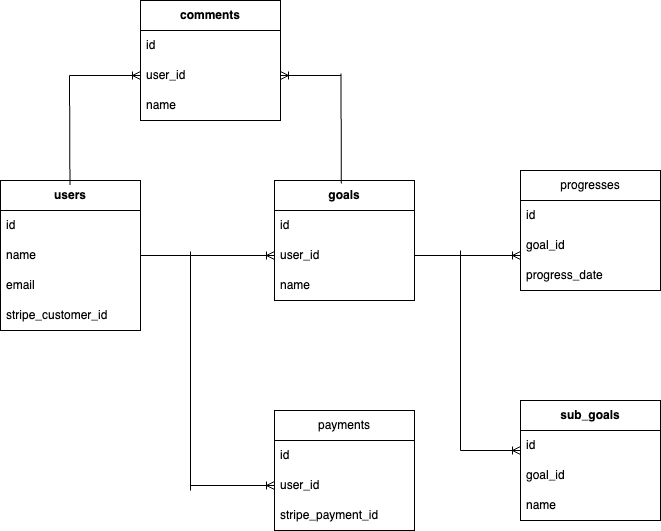
yoichi0615/nest-ddd keeps this draw.io diagram as er.draw.png. Above is the earlier version. Source tidied: cells renumbered, new cells last; positions are measured from the earlier drawing's top-left corner, leaving out a move shared by most shapes. Its diagram source:
```xml
<mxGraphModel>
  <root>
    <mxCell id="0" />
    <mxCell id="1" parent="0" />
    <mxCell id="2" value="users" style="swimlane;fontStyle=1;horizontal=1;startSize=30;whiteSpace=wrap;html=1;" parent="1" vertex="1">
      <mxGeometry y="180" width="140" height="150" as="geometry" />
    </mxCell>
    <mxCell id="3" value="id" style="text;strokeColor=none;fillColor=none;align=left;verticalAlign=middle;spacingLeft=4;spacingRight=4;overflow=hidden;whiteSpace=wrap;html=1;" parent="2" vertex="1">
      <mxGeometry y="30" width="140" height="30" as="geometry" />
    </mxCell>
    <mxCell id="4" value="name" style="text;strokeColor=none;fillColor=none;align=left;verticalAlign=middle;spacingLeft=4;spacingRight=4;overflow=hidden;points=[[0,0.5],[1,0.5]];portConstraint=eastwest;whiteSpace=wrap;html=1;" parent="2" vertex="1">
      <mxGeometry y="60" width="140" height="30" as="geometry" />
    </mxCell>
    <mxCell id="5" value="email" style="text;strokeColor=none;fillColor=none;align=left;verticalAlign=middle;spacingLeft=4;spacingRight=4;overflow=hidden;whiteSpace=wrap;html=1;" parent="2" vertex="1">
      <mxGeometry y="90" width="140" height="30" as="geometry" />
    </mxCell>
    <mxCell id="6" value="stripe_customer_id" style="text;strokeColor=none;fillColor=none;align=left;verticalAlign=middle;spacingLeft=4;spacingRight=4;overflow=hidden;whiteSpace=wrap;html=1;" parent="2" vertex="1">
      <mxGeometry y="120" width="140" height="30" as="geometry" />
    </mxCell>
    <mxCell id="7" value="goals" style="swimlane;fontStyle=1;horizontal=1;startSize=30;whiteSpace=wrap;html=1;" parent="1" vertex="1">
      <mxGeometry x="274" y="180" width="140" height="120" as="geometry" />
    </mxCell>
    <mxCell id="8" value="id" style="text;strokeColor=none;fillColor=none;align=left;verticalAlign=middle;spacingLeft=4;spacingRight=4;overflow=hidden;whiteSpace=wrap;html=1;" parent="7" vertex="1">
      <mxGeometry y="30" width="140" height="30" as="geometry" />
    </mxCell>
    <mxCell id="9" value="user_id" style="text;strokeColor=none;fillColor=none;align=left;verticalAlign=middle;spacingLeft=4;spacingRight=4;overflow=hidden;points=[[0,0.5],[1,0.5]];portConstraint=eastwest;whiteSpace=wrap;html=1;" parent="7" vertex="1">
      <mxGeometry y="60" width="140" height="30" as="geometry" />
    </mxCell>
    <mxCell id="10" value="name" style="text;strokeColor=none;fillColor=none;align=left;verticalAlign=middle;spacingLeft=4;spacingRight=4;overflow=hidden;whiteSpace=wrap;html=1;" parent="7" vertex="1">
      <mxGeometry y="90" width="140" height="30" as="geometry" />
    </mxCell>
    <mxCell id="11" style="edgeStyle=none;html=1;exitX=1;exitY=0.5;exitDx=0;exitDy=0;endArrow=ERoneToMany;endFill=0;" parent="1" edge="1" source="4" target="9">
      <mxGeometry relative="1" as="geometry" />
    </mxCell>
    <mxCell id="12" value="progresses" style="swimlane;fontStyle=0;horizontal=1;startSize=30;whiteSpace=wrap;html=1;" parent="1" vertex="1">
      <mxGeometry x="520" y="170" width="140" height="120" as="geometry" />
    </mxCell>
    <mxCell id="13" value="id" style="text;strokeColor=none;fillColor=none;align=left;verticalAlign=middle;spacingLeft=4;spacingRight=4;overflow=hidden;whiteSpace=wrap;html=1;" parent="12" vertex="1">
      <mxGeometry y="30" width="140" height="30" as="geometry" />
    </mxCell>
    <mxCell id="14" value="goal_id" style="text;strokeColor=none;fillColor=none;align=left;verticalAlign=middle;spacingLeft=4;spacingRight=4;overflow=hidden;points=[[0,0.5],[1,0.5]];portConstraint=eastwest;whiteSpace=wrap;html=1;" parent="12" vertex="1">
      <mxGeometry y="60" width="140" height="30" as="geometry" />
    </mxCell>
    <mxCell id="15" value="progress_date" style="text;strokeColor=none;fillColor=none;align=left;verticalAlign=middle;spacingLeft=4;spacingRight=4;overflow=hidden;whiteSpace=wrap;html=1;" parent="12" vertex="1">
      <mxGeometry y="90" width="140" height="30" as="geometry" />
    </mxCell>
    <mxCell id="16" value="payments" style="swimlane;fontStyle=0;horizontal=1;startSize=30;whiteSpace=wrap;html=1;" parent="1" vertex="1">
      <mxGeometry x="274" y="410" width="140" height="120" as="geometry" />
    </mxCell>
    <mxCell id="17" value="id" style="text;strokeColor=none;fillColor=none;align=left;verticalAlign=middle;spacingLeft=4;spacingRight=4;overflow=hidden;whiteSpace=wrap;html=1;" parent="16" vertex="1">
      <mxGeometry y="30" width="140" height="30" as="geometry" />
    </mxCell>
    <mxCell id="18" value="user_id" style="text;strokeColor=none;fillColor=none;align=left;verticalAlign=middle;spacingLeft=4;spacingRight=4;overflow=hidden;points=[[0,0.5],[1,0.5]];portConstraint=eastwest;whiteSpace=wrap;html=1;" parent="16" vertex="1">
      <mxGeometry y="60" width="140" height="30" as="geometry" />
    </mxCell>
    <mxCell id="19" value="stripe_payment_id" style="text;strokeColor=none;fillColor=none;align=left;verticalAlign=middle;spacingLeft=4;spacingRight=4;overflow=hidden;whiteSpace=wrap;html=1;" parent="16" vertex="1">
      <mxGeometry y="90" width="140" height="30" as="geometry" />
    </mxCell>
    <mxCell id="20" style="edgeStyle=none;html=1;endArrow=none;endFill=0;" parent="1" edge="1">
      <mxGeometry relative="1" as="geometry">
        <mxPoint x="190" y="251" as="sourcePoint" />
        <mxPoint x="190" y="490" as="targetPoint" />
      </mxGeometry>
    </mxCell>
    <mxCell id="21" style="edgeStyle=none;html=1;endArrow=ERoneToMany;endFill=0;entryX=0;entryY=0.5;entryDx=0;entryDy=0;" parent="1" edge="1" target="18">
      <mxGeometry relative="1" as="geometry">
        <mxPoint x="190" y="485" as="sourcePoint" />
      </mxGeometry>
    </mxCell>
    <mxCell id="22" style="edgeStyle=none;html=1;exitX=1;exitY=0.5;exitDx=0;exitDy=0;endArrow=ERoneToMany;endFill=0;" parent="1" edge="1" source="9">
      <mxGeometry relative="1" as="geometry">
        <mxPoint x="520" y="255" as="targetPoint" />
      </mxGeometry>
    </mxCell>
    <mxCell id="23" value="sub_goals" style="swimlane;fontStyle=1;horizontal=1;startSize=30;whiteSpace=wrap;html=1;" parent="1" vertex="1">
      <mxGeometry x="520" y="400" width="140" height="120" as="geometry" />
    </mxCell>
    <mxCell id="24" value="id" style="text;strokeColor=none;fillColor=none;align=left;verticalAlign=middle;spacingLeft=4;spacingRight=4;overflow=hidden;whiteSpace=wrap;html=1;" parent="23" vertex="1">
      <mxGeometry y="30" width="140" height="30" as="geometry" />
    </mxCell>
    <mxCell id="25" value="goal_id" style="text;strokeColor=none;fillColor=none;align=left;verticalAlign=middle;spacingLeft=4;spacingRight=4;overflow=hidden;whiteSpace=wrap;html=1;" parent="23" vertex="1">
      <mxGeometry y="60" width="140" height="30" as="geometry" />
    </mxCell>
    <mxCell id="26" value="name" style="text;strokeColor=none;fillColor=none;align=left;verticalAlign=middle;spacingLeft=4;spacingRight=4;overflow=hidden;whiteSpace=wrap;html=1;" parent="23" vertex="1">
      <mxGeometry y="90" width="140" height="30" as="geometry" />
    </mxCell>
    <mxCell id="27" style="edgeStyle=none;html=1;endArrow=none;endFill=0;" parent="1" edge="1">
      <mxGeometry relative="1" as="geometry">
        <mxPoint x="460" y="250" as="sourcePoint" />
        <mxPoint x="460" y="450" as="targetPoint" />
      </mxGeometry>
    </mxCell>
    <mxCell id="28" style="edgeStyle=none;html=1;endArrow=ERoneToMany;endFill=0;" parent="1" edge="1">
      <mxGeometry relative="1" as="geometry">
        <mxPoint x="460" y="450" as="sourcePoint" />
        <mxPoint x="520" y="450" as="targetPoint" />
      </mxGeometry>
    </mxCell>
    <mxCell id="29" value="comments" style="swimlane;fontStyle=1;horizontal=1;startSize=30;whiteSpace=wrap;html=1;" parent="1" vertex="1">
      <mxGeometry x="140" width="140" height="120" as="geometry" />
    </mxCell>
    <mxCell id="30" value="id" style="text;strokeColor=none;fillColor=none;align=left;verticalAlign=middle;spacingLeft=4;spacingRight=4;overflow=hidden;whiteSpace=wrap;html=1;" parent="29" vertex="1">
      <mxGeometry y="30" width="140" height="30" as="geometry" />
    </mxCell>
    <mxCell id="31" value="user_id" style="text;strokeColor=none;fillColor=none;align=left;verticalAlign=middle;spacingLeft=4;spacingRight=4;overflow=hidden;points=[[0,0.5],[1,0.5]];portConstraint=eastwest;whiteSpace=wrap;html=1;" parent="29" vertex="1">
      <mxGeometry y="60" width="140" height="30" as="geometry" />
    </mxCell>
    <mxCell id="32" value="name" style="text;strokeColor=none;fillColor=none;align=left;verticalAlign=middle;spacingLeft=4;spacingRight=4;overflow=hidden;whiteSpace=wrap;html=1;" parent="29" vertex="1">
      <mxGeometry y="90" width="140" height="30" as="geometry" />
    </mxCell>
    <mxCell id="33" style="edgeStyle=none;html=1;endArrow=ERoneToMany;endFill=0;entryX=0;entryY=0.5;entryDx=0;entryDy=0;" parent="1" edge="1" target="31">
      <mxGeometry relative="1" as="geometry">
        <mxPoint x="69" y="75" as="sourcePoint" />
      </mxGeometry>
    </mxCell>
    <mxCell id="34" style="edgeStyle=none;html=1;endArrow=none;endFill=0;" parent="1" edge="1">
      <mxGeometry relative="1" as="geometry">
        <mxPoint x="69" y="75" as="sourcePoint" />
        <mxPoint x="69.4" y="184.5" as="targetPoint" />
      </mxGeometry>
    </mxCell>
    <mxCell id="35" style="edgeStyle=none;html=1;endArrow=none;endFill=0;horizontal=1;" parent="1" edge="1">
      <mxGeometry relative="1" as="geometry">
        <mxPoint x="340.4" y="73" as="sourcePoint" />
        <mxPoint x="340.9" y="183" as="targetPoint" />
      </mxGeometry>
    </mxCell>
    <mxCell id="36" style="edgeStyle=none;html=1;endArrow=ERoneToMany;endFill=0;entryX=1;entryY=0.5;entryDx=0;entryDy=0;" parent="1" edge="1" target="31">
      <mxGeometry relative="1" as="geometry">
        <mxPoint x="340" y="75" as="sourcePoint" />
      </mxGeometry>
    </mxCell>
  </root>
</mxGraphModel>
```
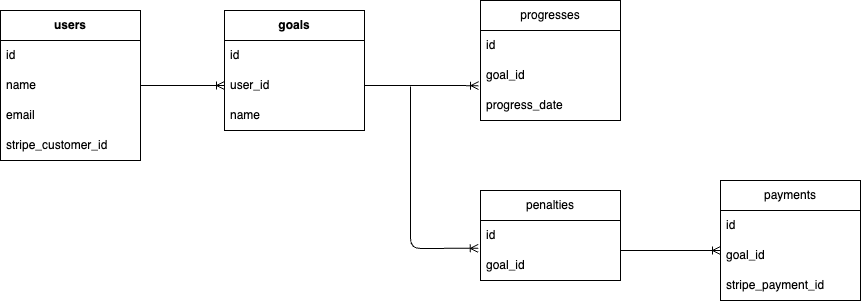
The same diagram one commit later.

The edit, as a diff of the source:
```diff
@@ -3,7 +3,7 @@
     <mxCell id="0" />
     <mxCell id="1" parent="0" />
     <mxCell id="2" value="users" style="swimlane;fontStyle=1;horizontal=1;startSize=30;whiteSpace=wrap;html=1;" parent="1" vertex="1">
-      <mxGeometry y="180" width="140" height="150" as="geometry" />
+      <mxGeometry x="-50" y="180" width="140" height="150" as="geometry" />
     </mxCell>
     <mxCell id="3" value="id" style="text;strokeColor=none;fillColor=none;align=left;verticalAlign=middle;spacingLeft=4;spacingRight=4;overflow=hidden;whiteSpace=wrap;html=1;" parent="2" vertex="1">
       <mxGeometry y="30" width="140" height="30" as="geometry" />
@@ -18,7 +18,7 @@
       <mxGeometry y="120" width="140" height="30" as="geometry" />
     </mxCell>
     <mxCell id="7" value="goals" style="swimlane;fontStyle=1;horizontal=1;startSize=30;whiteSpace=wrap;html=1;" parent="1" vertex="1">
-      <mxGeometry x="274" y="180" width="140" height="120" as="geometry" />
+      <mxGeometry x="174" y="180" width="140" height="120" as="geometry" />
     </mxCell>
     <mxCell id="8" value="id" style="text;strokeColor=none;fillColor=none;align=left;verticalAlign=middle;spacingLeft=4;spacingRight=4;overflow=hidden;whiteSpace=wrap;html=1;" parent="7" vertex="1">
       <mxGeometry y="30" width="140" height="30" as="geometry" />
@@ -33,7 +33,7 @@
       <mxGeometry relative="1" as="geometry" />
     </mxCell>
     <mxCell id="12" value="progresses" style="swimlane;fontStyle=0;horizontal=1;startSize=30;whiteSpace=wrap;html=1;" parent="1" vertex="1">
-      <mxGeometry x="520" y="170" width="140" height="120" as="geometry" />
+      <mxGeometry x="430" y="170" width="140" height="120" as="geometry" />
     </mxCell>
     <mxCell id="13" value="id" style="text;strokeColor=none;fillColor=none;align=left;verticalAlign=middle;spacingLeft=4;spacingRight=4;overflow=hidden;whiteSpace=wrap;html=1;" parent="12" vertex="1">
       <mxGeometry y="30" width="140" height="30" as="geometry" />
@@ -44,91 +44,43 @@
     <mxCell id="15" value="progress_date" style="text;strokeColor=none;fillColor=none;align=left;verticalAlign=middle;spacingLeft=4;spacingRight=4;overflow=hidden;whiteSpace=wrap;html=1;" parent="12" vertex="1">
       <mxGeometry y="90" width="140" height="30" as="geometry" />
     </mxCell>
-    <mxCell id="16" value="payments" style="swimlane;fontStyle=0;horizontal=1;startSize=30;whiteSpace=wrap;html=1;" parent="1" vertex="1">
-      <mxGeometry x="274" y="410" width="140" height="120" as="geometry" />
+    <mxCell id="16" value="penalties" style="swimlane;fontStyle=0;horizontal=1;startSize=30;whiteSpace=wrap;html=1;" parent="1" vertex="1">
+      <mxGeometry x="430" y="360" width="140" height="90" as="geometry" />
     </mxCell>
     <mxCell id="17" value="id" style="text;strokeColor=none;fillColor=none;align=left;verticalAlign=middle;spacingLeft=4;spacingRight=4;overflow=hidden;whiteSpace=wrap;html=1;" parent="16" vertex="1">
       <mxGeometry y="30" width="140" height="30" as="geometry" />
     </mxCell>
-    <mxCell id="18" value="user_id" style="text;strokeColor=none;fillColor=none;align=left;verticalAlign=middle;spacingLeft=4;spacingRight=4;overflow=hidden;points=[[0,0.5],[1,0.5]];portConstraint=eastwest;whiteSpace=wrap;html=1;" parent="16" vertex="1">
+    <mxCell id="18" value="goal_id" style="text;strokeColor=none;fillColor=none;align=left;verticalAlign=middle;spacingLeft=4;spacingRight=4;overflow=hidden;points=[[0,0.5],[1,0.5]];portConstraint=eastwest;whiteSpace=wrap;html=1;" parent="16" vertex="1">
       <mxGeometry y="60" width="140" height="30" as="geometry" />
     </mxCell>
-    <mxCell id="19" value="stripe_payment_id" style="text;strokeColor=none;fillColor=none;align=left;verticalAlign=middle;spacingLeft=4;spacingRight=4;overflow=hidden;whiteSpace=wrap;html=1;" parent="16" vertex="1">
-      <mxGeometry y="90" width="140" height="30" as="geometry" />
-    </mxCell>
-    <mxCell id="20" style="edgeStyle=none;html=1;endArrow=none;endFill=0;" parent="1" edge="1">
-      <mxGeometry relative="1" as="geometry">
-        <mxPoint x="190" y="251" as="sourcePoint" />
-        <mxPoint x="190" y="490" as="targetPoint" />
-      </mxGeometry>
-    </mxCell>
-    <mxCell id="21" style="edgeStyle=none;html=1;endArrow=ERoneToMany;endFill=0;entryX=0;entryY=0.5;entryDx=0;entryDy=0;" parent="1" edge="1" target="18">
+    <mxCell id="21" style="edgeStyle=none;html=1;endArrow=ERoneToMany;endFill=0;entryX=-0.016;entryY=-0.075;entryDx=0;entryDy=0;entryPerimeter=0;" parent="1" edge="1" target="18">
       <mxGeometry relative="1" as="geometry">
-        <mxPoint x="190" y="485" as="sourcePoint" />
+        <mxPoint x="360" y="256" as="sourcePoint" />
+        <Array as="points">
+          <mxPoint x="360" y="418" />
+        </Array>
       </mxGeometry>
     </mxCell>
-    <mxCell id="22" style="edgeStyle=none;html=1;exitX=1;exitY=0.5;exitDx=0;exitDy=0;endArrow=ERoneToMany;endFill=0;" parent="1" edge="1" source="9">
-      <mxGeometry relative="1" as="geometry">
-        <mxPoint x="520" y="255" as="targetPoint" />
-      </mxGeometry>
+    <mxCell id="22" style="edgeStyle=none;html=1;exitX=1;exitY=0.5;exitDx=0;exitDy=0;endArrow=ERoneToMany;endFill=0;entryX=-0.014;entryY=0.838;entryDx=0;entryDy=0;entryPerimeter=0;" parent="1" edge="1" source="9" target="14">
+      <mxGeometry relative="1" as="geometry" />
     </mxCell>
-    <mxCell id="23" value="sub_goals" style="swimlane;fontStyle=1;horizontal=1;startSize=30;whiteSpace=wrap;html=1;" parent="1" vertex="1">
-      <mxGeometry x="520" y="400" width="140" height="120" as="geometry" />
-    </mxCell>
-    <mxCell id="24" value="id" style="text;strokeColor=none;fillColor=none;align=left;verticalAlign=middle;spacingLeft=4;spacingRight=4;overflow=hidden;whiteSpace=wrap;html=1;" parent="23" vertex="1">
-      <mxGeometry y="30" width="140" height="30" as="geometry" />
-    </mxCell>
+    <mxCell id="37" value="payments" style="swimlane;fontStyle=0;horizontal=1;startSize=30;whiteSpace=wrap;html=1;" parent="1" vertex="1">
+      <mxGeometry x="670" y="350" width="140" height="120" as="geometry" />
+    </mxCell>
+    <mxCell id="38" value="id" style="text;strokeColor=none;fillColor=none;align=left;verticalAlign=middle;spacingLeft=4;spacingRight=4;overflow=hidden;whiteSpace=wrap;html=1;" parent="37" vertex="1">
+      <mxGeometry y="30" width="140" height="30" as="geometry" />
+    </mxCell>
-    <mxCell id="25" value="goal_id" style="text;strokeColor=none;fillColor=none;align=left;verticalAlign=middle;spacingLeft=4;spacingRight=4;overflow=hidden;whiteSpace=wrap;html=1;" parent="23" vertex="1">
+    <mxCell id="25" value="goal_id" style="text;strokeColor=none;fillColor=none;align=left;verticalAlign=middle;spacingLeft=4;spacingRight=4;overflow=hidden;whiteSpace=wrap;html=1;" parent="37" vertex="1">
       <mxGeometry y="60" width="140" height="30" as="geometry" />
     </mxCell>
-    <mxCell id="26" value="name" style="text;strokeColor=none;fillColor=none;align=left;verticalAlign=middle;spacingLeft=4;spacingRight=4;overflow=hidden;whiteSpace=wrap;html=1;" parent="23" vertex="1">
-      <mxGeometry y="90" width="140" height="30" as="geometry" />
-    </mxCell>
-    <mxCell id="27" style="edgeStyle=none;html=1;endArrow=none;endFill=0;" parent="1" edge="1">
-      <mxGeometry relative="1" as="geometry">
-        <mxPoint x="460" y="250" as="sourcePoint" />
-        <mxPoint x="460" y="450" as="targetPoint" />
-      </mxGeometry>
-    </mxCell>
-    <mxCell id="28" style="edgeStyle=none;html=1;endArrow=ERoneToMany;endFill=0;" parent="1" edge="1">
-      <mxGeometry relative="1" as="geometry">
-        <mxPoint x="460" y="450" as="sourcePoint" />
-        <mxPoint x="520" y="450" as="targetPoint" />
-      </mxGeometry>
-    </mxCell>
-    <mxCell id="29" value="comments" style="swimlane;fontStyle=1;horizontal=1;startSize=30;whiteSpace=wrap;html=1;" parent="1" vertex="1">
-      <mxGeometry x="140" width="140" height="120" as="geometry" />
-    </mxCell>
-    <mxCell id="30" value="id" style="text;strokeColor=none;fillColor=none;align=left;verticalAlign=middle;spacingLeft=4;spacingRight=4;overflow=hidden;whiteSpace=wrap;html=1;" parent="29" vertex="1">
-      <mxGeometry y="30" width="140" height="30" as="geometry" />
-    </mxCell>
-    <mxCell id="31" value="user_id" style="text;strokeColor=none;fillColor=none;align=left;verticalAlign=middle;spacingLeft=4;spacingRight=4;overflow=hidden;points=[[0,0.5],[1,0.5]];portConstraint=eastwest;whiteSpace=wrap;html=1;" parent="29" vertex="1">
-      <mxGeometry y="60" width="140" height="30" as="geometry" />
-    </mxCell>
-    <mxCell id="32" value="name" style="text;strokeColor=none;fillColor=none;align=left;verticalAlign=middle;spacingLeft=4;spacingRight=4;overflow=hidden;whiteSpace=wrap;html=1;" parent="29" vertex="1">
-      <mxGeometry y="90" width="140" height="30" as="geometry" />
-    </mxCell>
-    <mxCell id="33" style="edgeStyle=none;html=1;endArrow=ERoneToMany;endFill=0;entryX=0;entryY=0.5;entryDx=0;entryDy=0;" parent="1" edge="1" target="31">
-      <mxGeometry relative="1" as="geometry">
-        <mxPoint x="69" y="75" as="sourcePoint" />
-      </mxGeometry>
-    </mxCell>
-    <mxCell id="34" style="edgeStyle=none;html=1;endArrow=none;endFill=0;" parent="1" edge="1">
-      <mxGeometry relative="1" as="geometry">
-        <mxPoint x="69" y="75" as="sourcePoint" />
-        <mxPoint x="69.4" y="184.5" as="targetPoint" />
-      </mxGeometry>
-    </mxCell>
-    <mxCell id="35" style="edgeStyle=none;html=1;endArrow=none;endFill=0;horizontal=1;" parent="1" edge="1">
-      <mxGeometry relative="1" as="geometry">
-        <mxPoint x="340.4" y="73" as="sourcePoint" />
-        <mxPoint x="340.9" y="183" as="targetPoint" />
-      </mxGeometry>
-    </mxCell>
-    <mxCell id="36" style="edgeStyle=none;html=1;endArrow=ERoneToMany;endFill=0;entryX=1;entryY=0.5;entryDx=0;entryDy=0;" parent="1" edge="1" target="31">
-      <mxGeometry relative="1" as="geometry">
-        <mxPoint x="340" y="75" as="sourcePoint" />
-      </mxGeometry>
-    </mxCell>
+    <mxCell id="19" value="stripe_payment_id" style="text;strokeColor=none;fillColor=none;align=left;verticalAlign=middle;spacingLeft=4;spacingRight=4;overflow=hidden;whiteSpace=wrap;html=1;" parent="37" vertex="1">
+      <mxGeometry y="90" width="140" height="30" as="geometry" />
+    </mxCell>
+    <mxCell id="39" style="edgeStyle=none;html=1;exitX=1;exitY=0.5;exitDx=0;exitDy=0;endArrow=ERoneToMany;endFill=0;" parent="1" edge="1">
+      <mxGeometry relative="1" as="geometry">
+        <mxPoint x="570" y="420" as="sourcePoint" />
+        <mxPoint x="670" y="420" as="targetPoint" />
+      </mxGeometry>
+    </mxCell>
   </root>
 </mxGraphModel>
```
